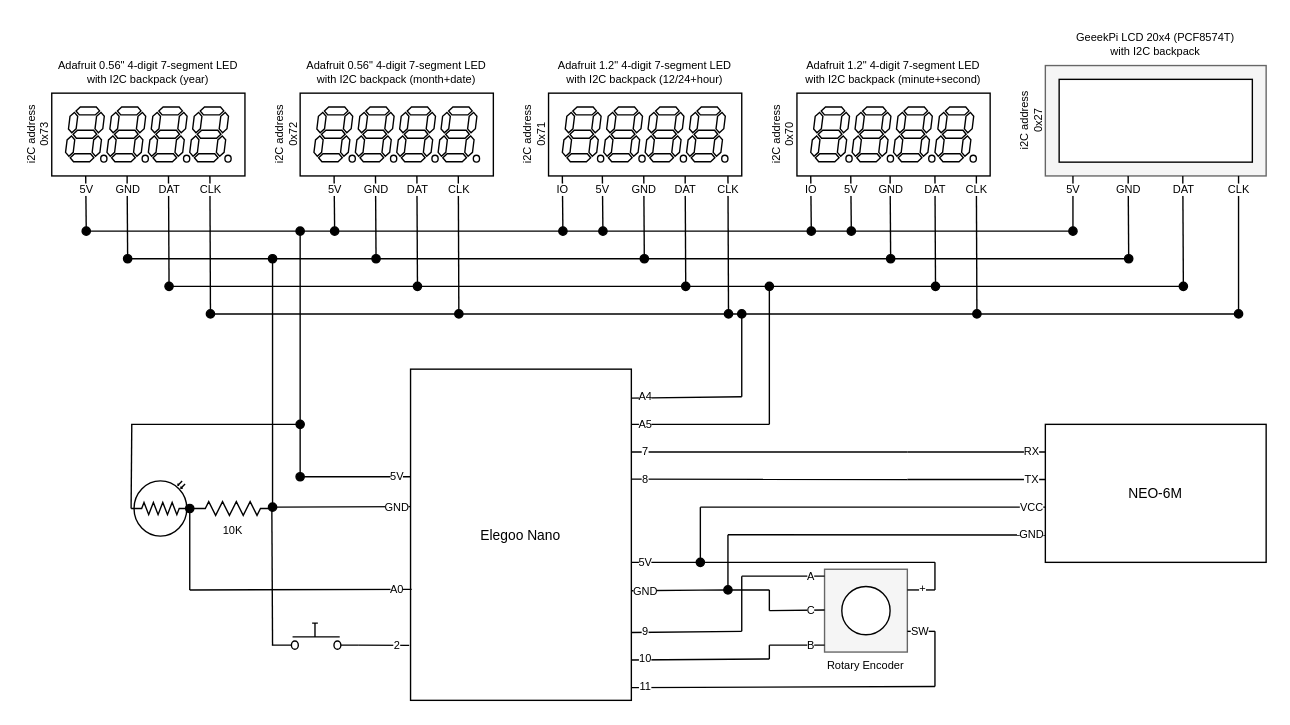
This is images/gps-clock.drawio from davidledwards/gps-clock, a draw.io file, before an edit. Source tidied: cells renumbered, new cells numbered last; positions are measured from the earlier drawing's top-left corner, leaving out a move shared by most shapes. Both pictures are drawn from the tidied source at 138%, with x=0, y=0 at pixel (-4, 23).
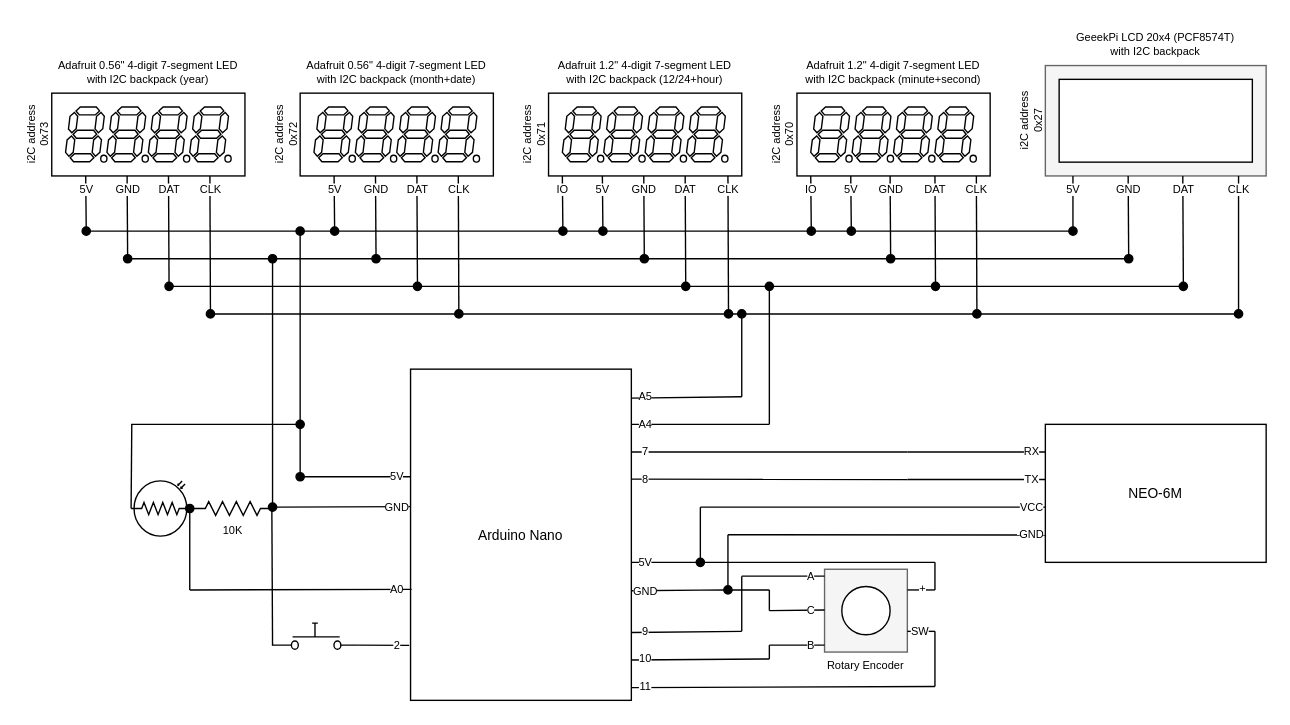
The same diagram, later.

Commit message (it also covers changes not shown here):
fix schematics where A4 and A5 pins were swapped

Change to the diagram source:
```diff
@@
-    <mxCell id="3" value="Elegoo Nano" style="rounded=0;whiteSpace=wrap;html=1;fontSize=10;" parent="1" vertex="1">
+    <mxCell id="3" value="Arduino Nano" style="rounded=0;whiteSpace=wrap;html=1;fontSize=10;" parent="1" vertex="1">
       <mxGeometry x="300" y="250" width="160" height="240" as="geometry" />
     </mxCell>
@@
-    <mxCell id="79" value="A5" style="endArrow=none;html=1;fontSize=8;" parent="1" edge="1">
+    <mxCell id="79" value="A4" style="endArrow=none;html=1;fontSize=8;" parent="1" edge="1">
       <mxGeometry x="-0.8" relative="1" as="geometry">
         <mxPoint x="460" y="290" as="sourcePoint" />
         <mxPoint x="560" y="290" as="targetPoint" />
       </mxGeometry>
     </mxCell>
-    <mxCell id="80" value="A4" style="endArrow=none;html=1;fontSize=8;" parent="1" edge="1">
+    <mxCell id="80" value="A5" style="endArrow=none;html=1;fontSize=8;" parent="1" edge="1">
       <mxGeometry x="-0.75" y="1" relative="1" as="geometry">
         <mxPoint x="460" y="271" as="sourcePoint" />
         <mxPoint x="540" y="270" as="targetPoint" />
       </mxGeometry>
     </mxCell>
```
